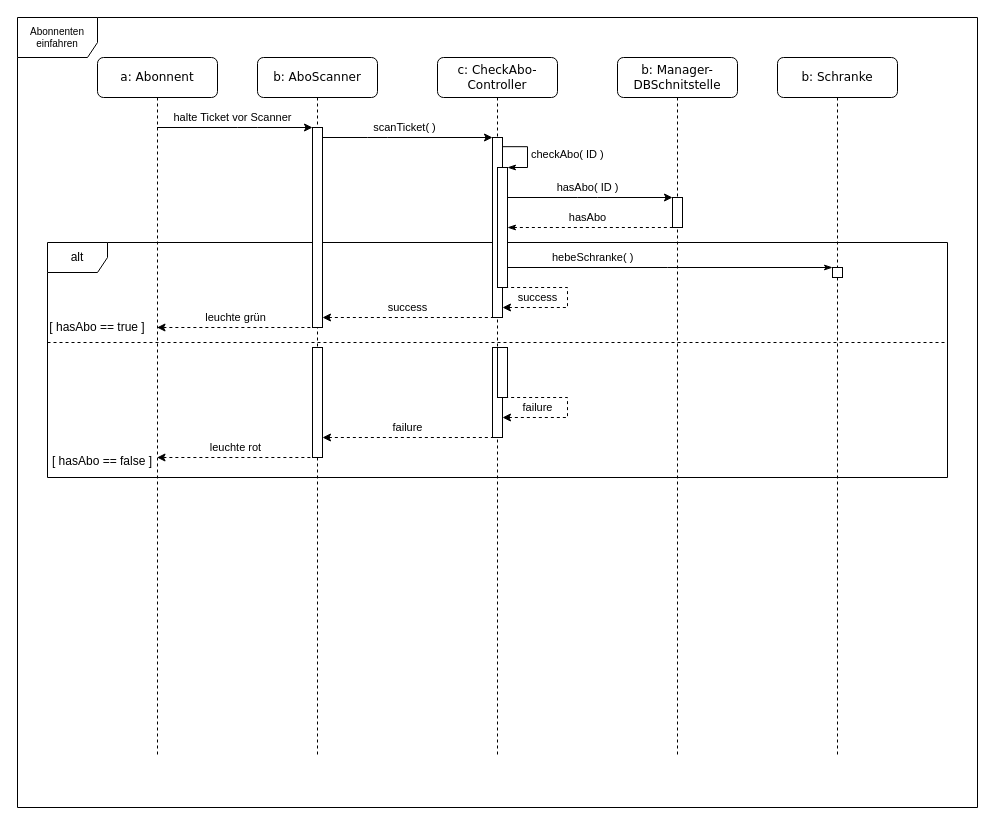
Before: f(u)ml/Sequence_Diagrams/LaHMa-Abonnent_einfahren-sequence_diagram.drawio in Filsball/LaHMa_Carpark, a draw.io diagram. Source tidied: cells renumbered, new cells numbered last; positions are measured from the earlier drawing's top-left corner, leaving out a move shared by most shapes. Both pictures are drawn from the tidied source at 100%, with x=0, y=0 at pixel (17, 17).
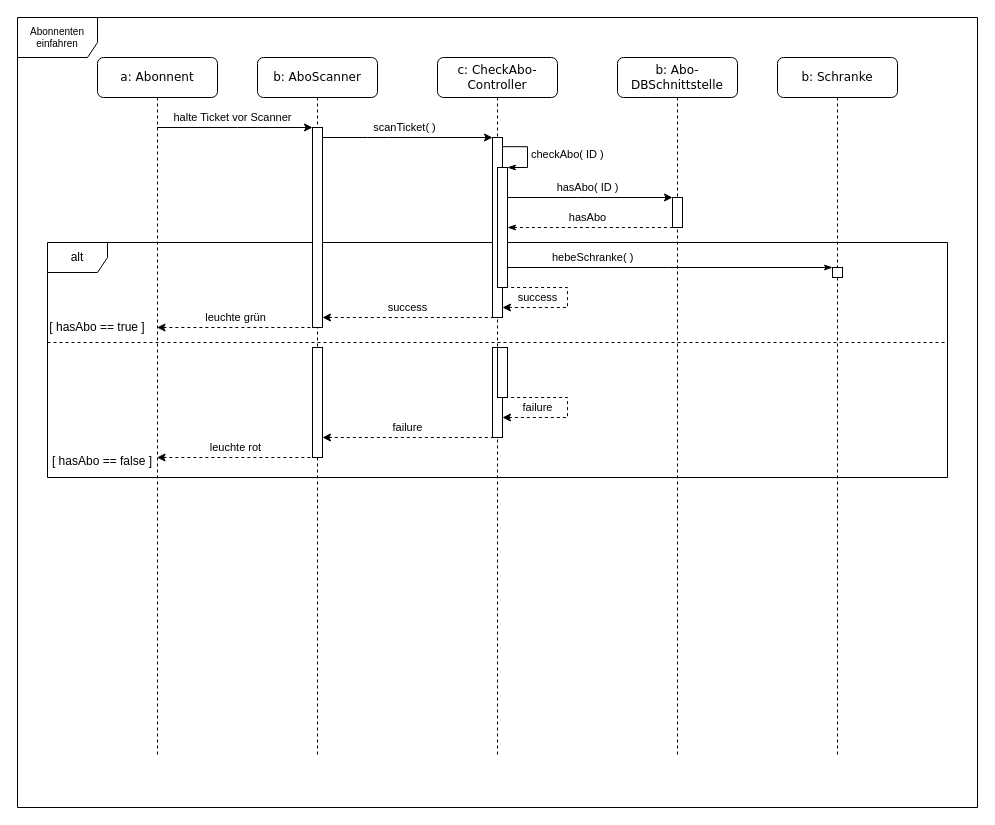
Above is the later version.

Commit message (it also covers changes not shown here):
Fehler in Abonnent ein-/ausfahren behoben: Falsche DBSchnittstelle angegeben

Change to the diagram source:
```diff
@@
-    <mxCell id="4" value="b: Manager-DBSchnitstelle&lt;br&gt;" style="shape=umlLifeline;perimeter=lifelinePerimeter;whiteSpace=wrap;html=1;rounded=1;shadow=0;comic=0;labelBackgroundColor=none;strokeColor=#000000;strokeWidth=1;fillColor=#FFFFFF;fontFamily=Verdana;fontSize=12;fontColor=#000000;align=center;perimeterSpacing=0;glass=0;size=40;overflow=visible;noLabel=0;labelPadding=0;direction=east;fixDash=0;" parent="1" vertex="1">
+    <mxCell id="4" value="b: Abo-DBSchnittstelle" style="shape=umlLifeline;perimeter=lifelinePerimeter;whiteSpace=wrap;html=1;rounded=1;shadow=0;comic=0;labelBackgroundColor=none;strokeColor=#000000;strokeWidth=1;fillColor=#FFFFFF;fontFamily=Verdana;fontSize=12;fontColor=#000000;align=center;perimeterSpacing=0;glass=0;size=40;overflow=visible;noLabel=0;labelPadding=0;direction=east;fixDash=0;" parent="1" vertex="1">
       <mxGeometry x="600" y="40" width="120" height="700" as="geometry" />
     </mxCell>
```
